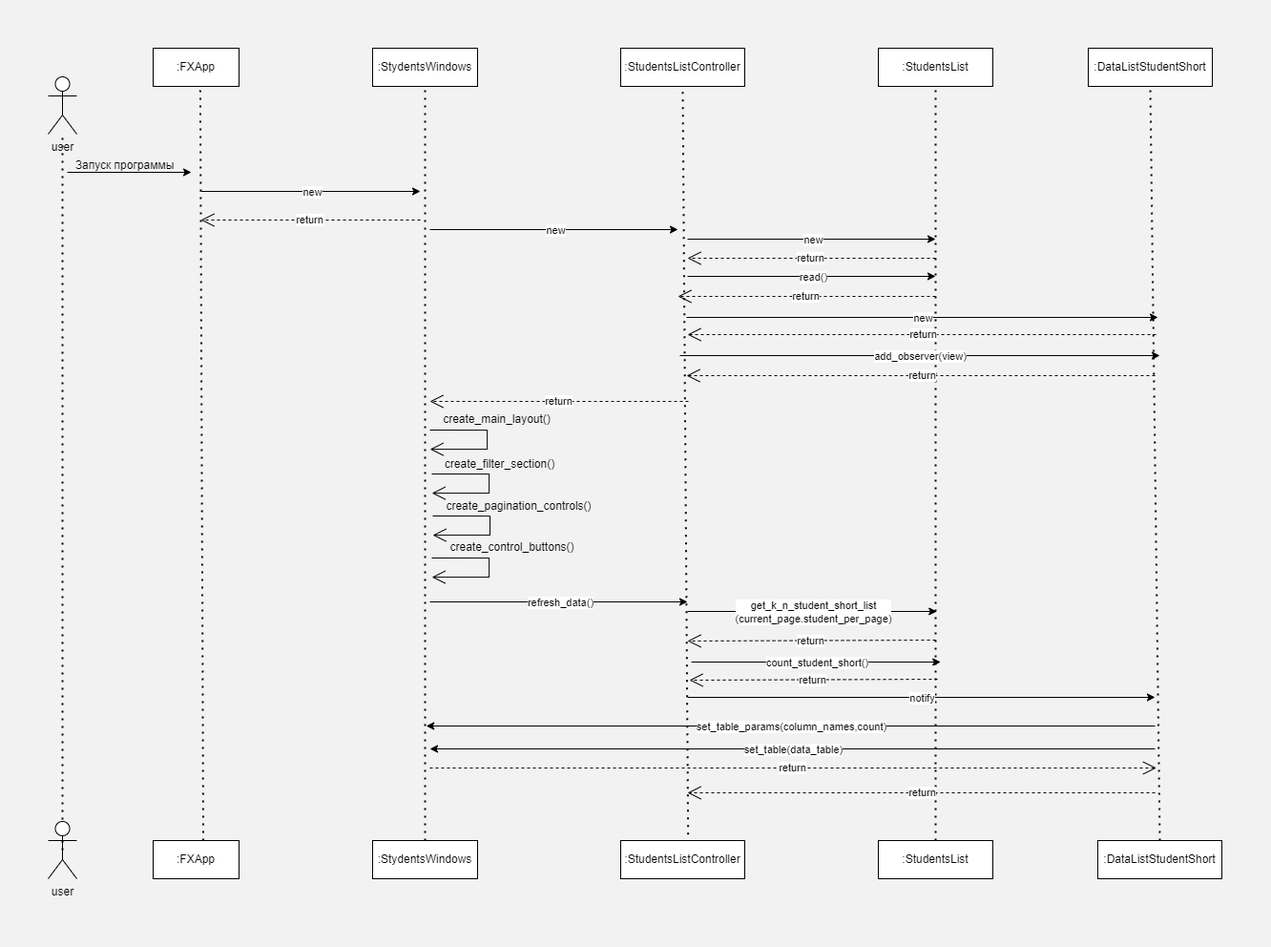
This is class_student/database/sequence diagram.png from llKristina/ruby, a draw.io export, as it was before one commit. Source tidied: cells renumbered, new cells last; positions are measured from the earlier drawing's top-left corner, leaving out a move shared by most shapes.
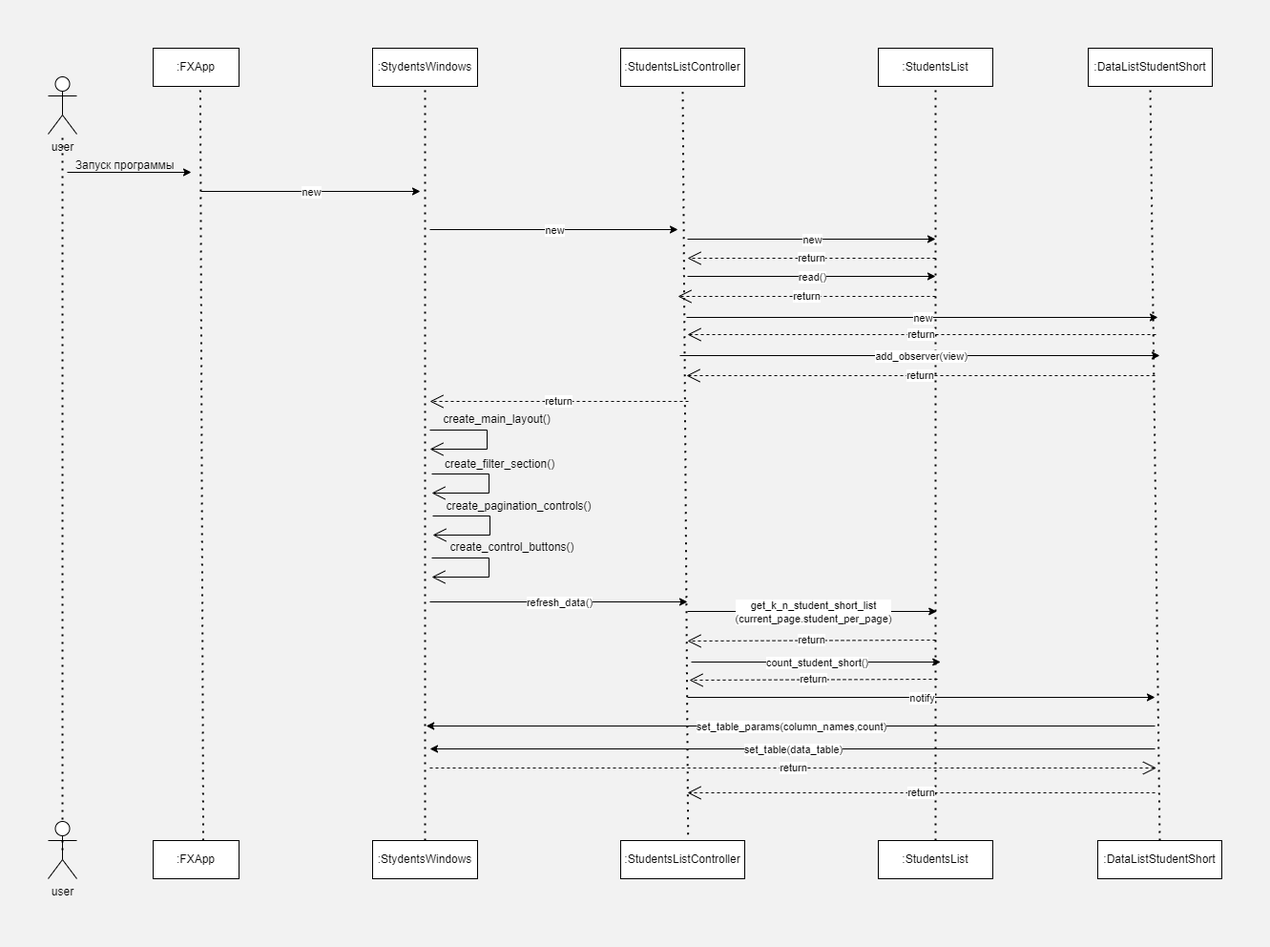
Above is the later version.

Diff of the diagram source:
```diff
@@ -38,12 +38,6 @@
     <mxCell id="11" value="new" style="edgeLabel;html=1;align=center;verticalAlign=middle;" parent="10" vertex="1">
       <mxGeometry relative="1" as="geometry" />
     </mxCell>
-    <mxCell id="12" value="return" style="endArrow=open;endSize=12;dashed=1;html=1;rounded=0;" parent="1" edge="1">
-      <mxGeometry relative="1" as="geometry">
-        <mxPoint x="390" y="180" as="sourcePoint" />
-        <mxPoint x="160" y="180" as="targetPoint" />
-      </mxGeometry>
-    </mxCell>
     <mxCell id="13" value=":StudentsListController" style="rounded=0;whiteSpace=wrap;html=1;" parent="1" vertex="1">
       <mxGeometry x="600" width="130" height="40" as="geometry" />
     </mxCell>
```
